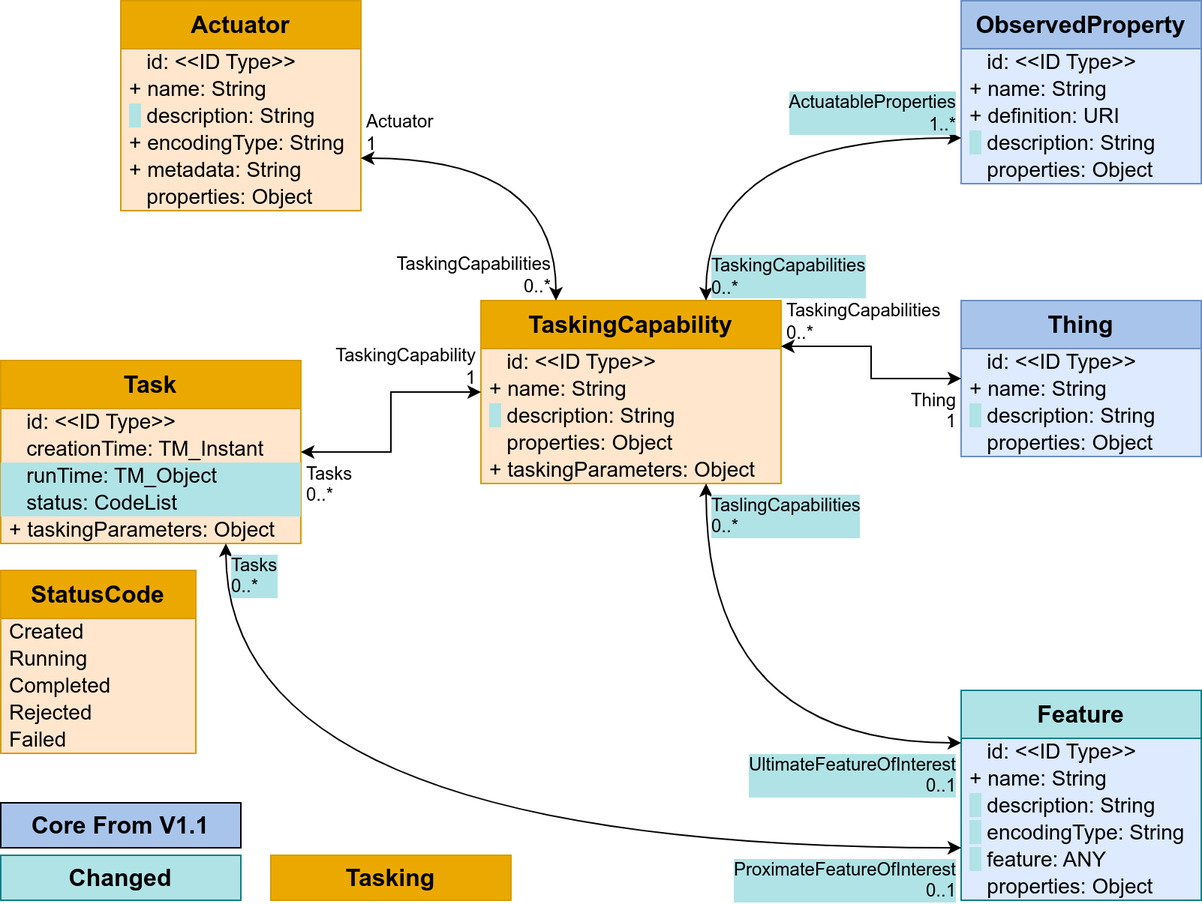
This is figures/Datamodel-SensorThingsApi-V2-proposal-1-Tasking.drawio.png from opengeospatial/sensorthings, a draw.io export, as it was before one commit. Source tidied: cells renumbered, new cells last; positions are measured from the earlier drawing's top-left corner, leaving out a move shared by most shapes.
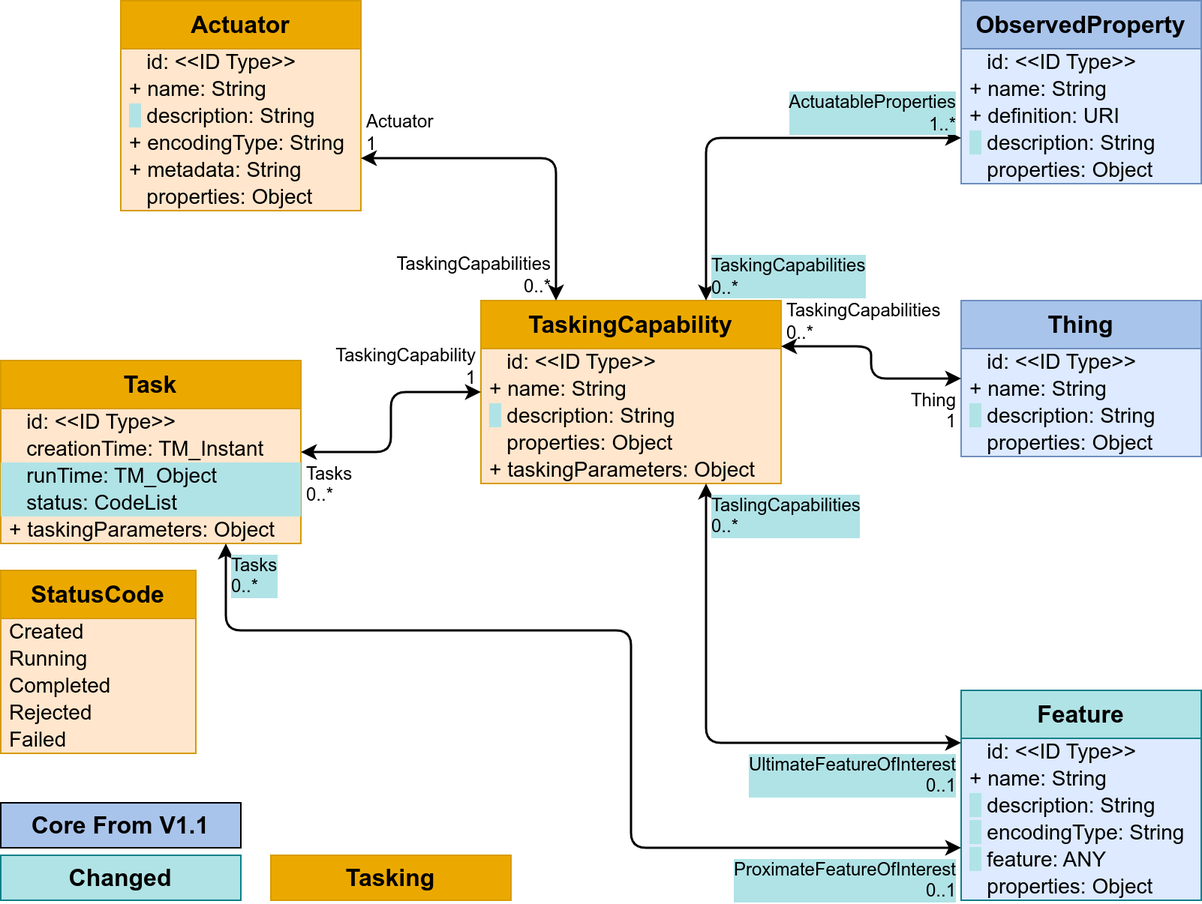
After the change.

What changed in the source:
```diff
@@ -119,7 +119,7 @@
     <mxCell id="40" value="+ taskingParameters: Object" style="text;strokeColor=none;fillColor=none;align=left;verticalAlign=middle;spacingLeft=4;spacingRight=4;overflow=visible;html=1;fontSize=14;" parent="35" vertex="1">
       <mxGeometry y="104" width="200" height="18" as="geometry" />
     </mxCell>
-    <mxCell id="41" style="endArrow=classic;startArrow=classic;html=1;rounded=0;entryX=1;entryY=0.75;entryDx=0;entryDy=0;exitX=0.25;exitY=0;exitDx=0;exitDy=0;edgeStyle=orthogonalEdgeStyle;curved=1;" parent="1" edge="1" source="35" target="22">
+    <mxCell id="41" style="endArrow=classic;startArrow=classic;html=1;rounded=1;entryX=1;entryY=0.75;entryDx=0;entryDy=0;exitX=0.25;exitY=0;exitDx=0;exitDy=0;edgeStyle=orthogonalEdgeStyle;curved=0;strokeWidth=1.5;" parent="1" edge="1" source="35" target="22">
       <mxGeometry relative="1" as="geometry" />
     </mxCell>
     <mxCell id="42" value="TaskingCapabilities&lt;br&gt;0..*" style="edgeLabel;html=1;align=right;verticalAlign=bottom;labelBackgroundColor=none;fontSize=12;spacingLeft=1;spacing=3;spacingRight=2;" parent="41" vertex="1">
@@ -128,7 +128,7 @@
     <mxCell id="43" value="Actuator&lt;br&gt;1" style="edgeLabel;html=1;align=left;verticalAlign=bottom;labelBackgroundColor=none;fontSize=12;spacingLeft=1;spacing=3;spacingRight=2;" parent="41" vertex="1">
       <mxGeometry x="1" relative="1" as="geometry" />
     </mxCell>
-    <mxCell id="44" style="endArrow=classic;startArrow=classic;html=1;rounded=0;edgeStyle=orthogonalEdgeStyle;" parent="1" edge="1" source="35" target="29">
+    <mxCell id="44" style="endArrow=classic;startArrow=classic;html=1;rounded=1;edgeStyle=orthogonalEdgeStyle;strokeWidth=1.5;curved=0;" parent="1" edge="1" source="35" target="29">
       <mxGeometry relative="1" as="geometry" />
     </mxCell>
     <mxCell id="45" value="TaskingCapability&lt;br&gt;1" style="edgeLabel;html=1;align=right;verticalAlign=bottom;labelBackgroundColor=none;fontSize=12;spacingLeft=1;spacing=3;spacingRight=2;" parent="44" vertex="1">
@@ -137,7 +137,7 @@
     <mxCell id="46" value="Tasks&lt;br&gt;0..*" style="edgeLabel;html=1;align=left;verticalAlign=top;labelBackgroundColor=none;fontSize=12;spacingLeft=1;spacing=3;spacingRight=2;" parent="44" vertex="1">
       <mxGeometry x="1" relative="1" as="geometry" />
     </mxCell>
-    <mxCell id="47" style="endArrow=classic;startArrow=classic;html=1;rounded=0;exitX=0;exitY=0.5;exitDx=0;exitDy=0;edgeStyle=orthogonalEdgeStyle;entryX=1;entryY=0.25;entryDx=0;entryDy=0;" parent="1" edge="1" source="15" target="35">
+    <mxCell id="47" style="endArrow=classic;startArrow=classic;html=1;rounded=1;exitX=0;exitY=0.5;exitDx=0;exitDy=0;edgeStyle=orthogonalEdgeStyle;entryX=1;entryY=0.25;entryDx=0;entryDy=0;strokeWidth=1.5;curved=0;" parent="1" edge="1" source="15" target="35">
       <mxGeometry relative="1" as="geometry" />
     </mxCell>
     <mxCell id="48" value="Thing&lt;br&gt;1" style="edgeLabel;html=1;align=right;verticalAlign=top;labelBackgroundColor=none;fontSize=12;spacingLeft=1;spacing=3;spacingRight=2;" parent="47" vertex="1">
@@ -146,7 +146,7 @@
     <mxCell id="49" value="TaskingCapabilities&lt;br&gt;0..*" style="edgeLabel;html=1;align=left;verticalAlign=bottom;labelBackgroundColor=none;fontSize=12;spacingLeft=1;spacing=3;spacingRight=2;" parent="47" vertex="1">
       <mxGeometry x="1" relative="1" as="geometry" />
     </mxCell>
-    <mxCell id="50" style="endArrow=classic;startArrow=classic;html=1;rounded=0;edgeStyle=orthogonalEdgeStyle;entryX=0.75;entryY=0;entryDx=0;entryDy=0;exitX=0;exitY=0.75;exitDx=0;exitDy=0;curved=1;" parent="1" edge="1" source="9" target="35">
+    <mxCell id="50" style="endArrow=classic;startArrow=classic;html=1;rounded=1;edgeStyle=orthogonalEdgeStyle;entryX=0.75;entryY=0;entryDx=0;entryDy=0;exitX=0;exitY=0.75;exitDx=0;exitDy=0;curved=0;strokeWidth=1.5;" parent="1" edge="1" source="9" target="35">
       <mxGeometry relative="1" as="geometry" />
     </mxCell>
     <mxCell id="51" value="ActuatableProperties&lt;br&gt;1..*" style="edgeLabel;html=1;align=right;verticalAlign=bottom;labelBackgroundColor=#B0E3E6;fontSize=12;spacingLeft=1;spacing=3;spacingRight=2;" parent="50" vertex="1">
@@ -155,7 +155,7 @@
     <mxCell id="52" value="TaskingCapabilities&lt;br&gt;0..*" style="edgeLabel;html=1;align=left;verticalAlign=bottom;labelBackgroundColor=#B0E3E6;fontSize=12;spacingLeft=1;spacing=3;spacingRight=2;" parent="50" vertex="1">
       <mxGeometry x="1" relative="1" as="geometry" />
     </mxCell>
-    <mxCell id="53" style="endArrow=classic;startArrow=classic;html=1;rounded=0;exitX=0;exitY=0.25;exitDx=0;exitDy=0;edgeStyle=orthogonalEdgeStyle;entryX=0.75;entryY=1;entryDx=0;entryDy=0;curved=1;" parent="1" edge="1" source="2" target="35">
+    <mxCell id="53" style="endArrow=classic;startArrow=classic;html=1;rounded=1;exitX=0;exitY=0.25;exitDx=0;exitDy=0;edgeStyle=orthogonalEdgeStyle;entryX=0.75;entryY=1;entryDx=0;entryDy=0;curved=0;strokeWidth=1.5;" parent="1" edge="1" source="2" target="35">
       <mxGeometry relative="1" as="geometry" />
     </mxCell>
     <mxCell id="54" value="UltimateFeatureOfInterest&lt;br&gt;0..1" style="edgeLabel;html=1;align=right;verticalAlign=top;labelBackgroundColor=#B0E3E6;fontSize=12;spacingLeft=1;spacing=3;spacingRight=2;" parent="53" vertex="1">
@@ -164,8 +164,14 @@
     <mxCell id="55" value="TaslingCapabilities&lt;br&gt;0..*" style="edgeLabel;html=1;align=left;verticalAlign=top;labelBackgroundColor=#B0E3E6;fontSize=12;spacingLeft=1;spacing=3;spacingRight=2;" parent="53" vertex="1">
       <mxGeometry x="1" relative="1" as="geometry" />
     </mxCell>
-    <mxCell id="56" style="endArrow=classic;startArrow=classic;html=1;rounded=0;edgeStyle=orthogonalEdgeStyle;entryX=0;entryY=0.75;entryDx=0;entryDy=0;curved=1;exitX=0.75;exitY=1;exitDx=0;exitDy=0;" parent="1" edge="1" source="29" target="2">
-      <mxGeometry relative="1" as="geometry" />
+    <mxCell id="56" style="endArrow=classic;startArrow=classic;html=1;rounded=1;edgeStyle=orthogonalEdgeStyle;entryX=0;entryY=0.75;entryDx=0;entryDy=0;curved=0;exitX=0.75;exitY=1;exitDx=0;exitDy=0;strokeWidth=1.5;" parent="1" edge="1" source="29" target="2">
+      <mxGeometry relative="1" as="geometry">
+        <Array as="points">
+          <mxPoint x="150" y="420" />
+          <mxPoint x="420" y="420" />
+          <mxPoint x="420" y="565" />
+        </Array>
+      </mxGeometry>
     </mxCell>
     <mxCell id="57" value="Tasks&lt;br&gt;0..*" style="edgeLabel;html=1;align=left;verticalAlign=top;labelBackgroundColor=#B0E3E6;fontSize=12;spacingLeft=1;spacing=3;spacingRight=2;" parent="56" vertex="1">
       <mxGeometry x="-1" relative="1" as="geometry" />
```
